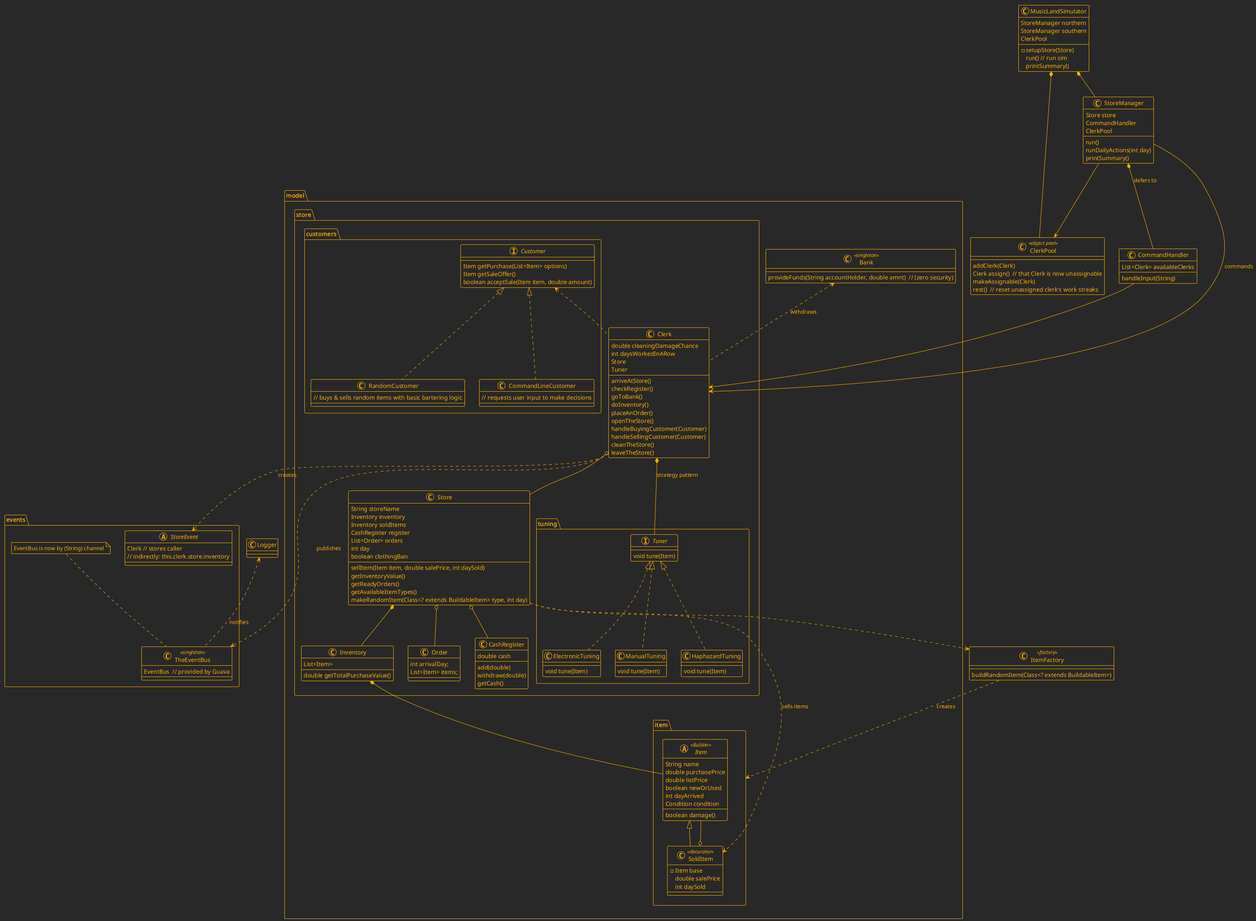
This is src/main/java/ooad/project4/assets/overallDesignUML.png from simondoesstuff/ooad-2025, a PlantUML export, as it was before one commit. The source it was exported from:
```plantuml
@startuml

!theme crt-amber

<style>
header {
  HorizontalAlignment left
}
</style>

package "model" {

  package "item" {

    abstract class Item <<Builder>> {
      String name
      double purchasePrice
      double listPrice
      boolean newOrUsed
      int dayArrived
      Condition condition
      boolean damage()
    }

    class SoldItem <<decorator>> extends Item {
      - Item base
      double salePrice
      int daySold
    }

    SoldItem o-- Item

  }

  package "store" {
    class Store {
      String storeName
      Inventory inventory
      Inventory soldItems
      CashRegister register
      List<Order> orders
      int day
      boolean clothingBan

      sellItem(Item item, double salePrice, int daySold)
      getInventoryValue()
      getReadyOrders()
      getAvailableItemTypes()
      makeRandomItem(Class<? extends BuildableItem> type, int day)
    }

    class Inventory {
      List<Item>
      double getTotalPurchaseValue()
    }

    class Order {
      int arrivalDay;
      List<Item> items;
    }

    class CashRegister {
      double cash
      add(double)
      withdraw(double)
      getCash()
    }

    package "customers" {
      interface Customer {
        Item getPurchase(List<Item> options)
        Item getSaleOffer()
        boolean acceptSale(Item item, double amount)
      }

      class RandomCustomer implements Customer {
        // buys & sells random items with basic bartering logic
      }

      class CommandLineCustomer implements Customer {
        // requests user input to make decisions
      }
    }

    class Clerk {
      double cleaningDamageChance
      int daysWorkedInARow
      Store
      Tuner
      arriveAtStore()
      checkRegister()
      goToBank()
      doInventory()
      placeAnOrder()
      openTheStore()
      handleBuyingCustomer(Customer)
      handleSellingCustomer(Customer)
      cleanTheStore()
      leaveTheStore()
    }

    package "tuning" {
      interface Tuner {
        void tune(Item)
      }

      class HaphazardTuning implements Tuner {
        void tune(Item)
      }

      class ElectronicTuning implements Tuner {
        void tune(Item)
      }

      class ManualTuning implements Tuner {
        void tune(Item)
      }

    }

    Store o-- Order
    Store o-- CashRegister
    Store *-- Inventory
    Store ..> SoldItem : sells items
    Inventory *-- Item
    Clerk o-- Store
    Clerk *-- Tuner : strategy pattern
    Customer <.. Clerk
  }

  class Bank <<singleton>> {
    provideFunds(String accountHolder, double amnt)  // (zero security)
  }

  Bank <.. Clerk : withdraws

}

package "events" {
  class TheEventBus <<singleton>> {
    EventBus  // provided by Guava
  }

  note top
    EventBus is now by (String) channel
  end note

  abstract class StoreEvent {
    Clerk // stores caller
    // indirectly: this.clerk.store.inventory
  }

  Clerk ..> TheEventBus : publishes
  Clerk ..> StoreEvent : creates

}

class Logger {
}

class ItemFactory <<factory>> {
  buildRandomItem(Class<? extends BuildableItem>)
}

class CommandHandler {
  List<Clerk> availableClerks
  handleInput(String)
}

class ClerkPool <<object pool>> {
  addClerk(Clerk)
  Clerk assign()  // that Clerk is now unassignable
  makeAssignable(Clerk)
  rest()  // reset unassigned clerk's work streaks
}

class MusicLandSimulator {
  StoreManager northern
  StoreManager southern
  ClerkPool
  -setupStore(Store)
  run() // run sim
  printSummary()
}

class StoreManager {
  Store store
  CommandHandler
  ClerkPool
  run()
  runDailyActions(int day)
  printSummary()
}

StoreManager --> Clerk : commands
StoreManager *-- CommandHandler : defers to
StoreManager --> ClerkPool
MusicLandSimulator *-- StoreManager
MusicLandSimulator *-- ClerkPool
CommandHandler --> Clerk
Store ..> ItemFactory
ItemFactory ..> item : creates
Logger <.. TheEventBus : notifies

@enduml
```
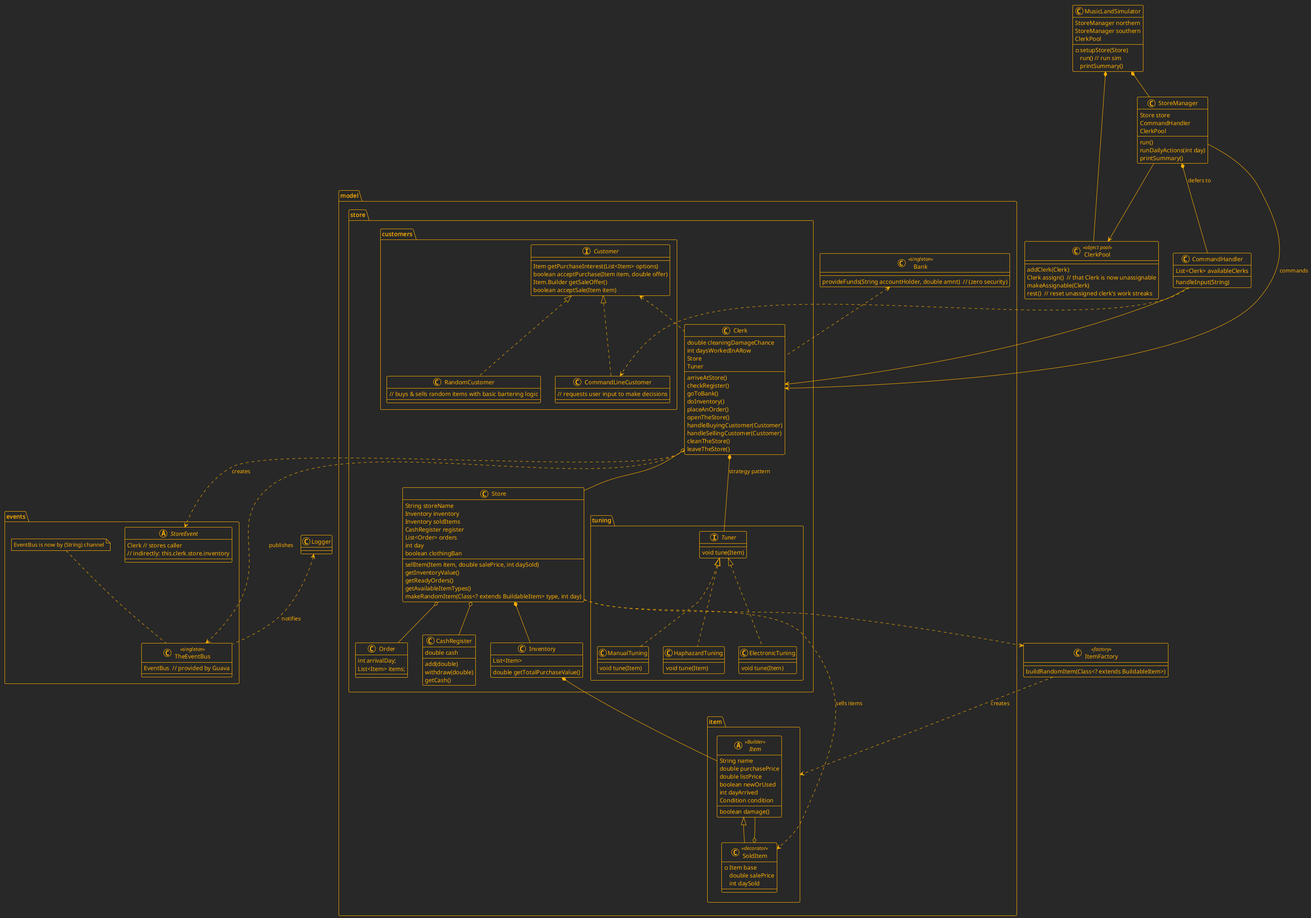
The same file after the commit.

What changed in the source:
```diff
@@ -68,9 +68,10 @@
 
     package "customers" {
       interface Customer {
-        Item getPurchase(List<Item> options)
-        Item getSaleOffer()
-        boolean acceptSale(Item item, double amount)
+        Item getPurchaseInterest(List<Item> options)
+        boolean acceptPurchase(Item item, double offer)
+        Item.Builder getSaleOffer()
+        boolean acceptSale(Item item)
       }
 
       class RandomCustomer implements Customer {
@@ -132,7 +133,7 @@
     provideFunds(String accountHolder, double amnt)  // (zero security)
   }
 
-  Bank <.. Clerk : withdraws
+  Bank <.. Clerk
 
 }
 
@@ -198,6 +199,7 @@
 MusicLandSimulator *-- StoreManager
 MusicLandSimulator *-- ClerkPool
 CommandHandler --> Clerk
+CommandHandler ..> CommandLineCustomer
 Store ..> ItemFactory
 ItemFactory ..> item : creates
 Logger <.. TheEventBus : notifies
```
